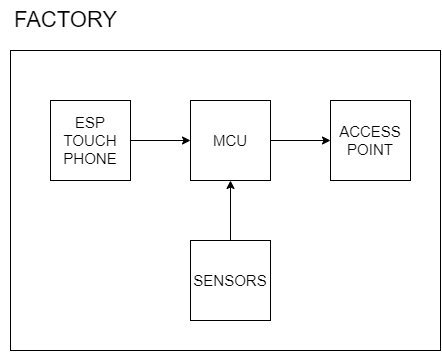
This is Diagrams/Factory Diagram.drawio.png from MiguelRocha2001/PS-Monitor-IoT-System, a draw.io export, as it was before one commit. Source tidied: cells renumbered, new cells last; positions are measured from the earlier drawing's top-left corner, leaving out a move shared by most shapes.
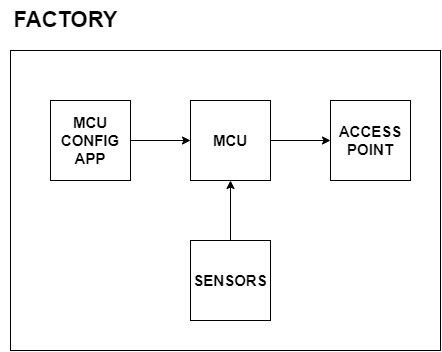
The same diagram one commit later.

What changed in the source:
```diff
@@ -2,31 +2,31 @@
   <root>
     <mxCell id="0" />
     <mxCell id="1" parent="0" />
-    <mxCell id="2" style="rounded=0;whiteSpace=wrap;html=1;fontStyle=0;" parent="1" vertex="1">
+    <mxCell id="2" style="rounded=0;whiteSpace=wrap;html=1;fontStyle=1;" parent="1" vertex="1">
       <mxGeometry x="10" y="50" width="430" height="300" as="geometry" />
     </mxCell>
-    <mxCell id="3" style="edgeStyle=orthogonalEdgeStyle;rounded=0;jettySize=auto;html=1;fontStyle=0;" parent="1" edge="1" source="8" target="6">
+    <mxCell id="3" style="edgeStyle=orthogonalEdgeStyle;rounded=0;jettySize=auto;html=1;fontStyle=1;" parent="1" edge="1" source="8" target="6">
       <mxGeometry relative="1" as="geometry" />
     </mxCell>
-    <mxCell id="4" style="edgeStyle=orthogonalEdgeStyle;rounded=0;jettySize=auto;html=1;fontStyle=0;" parent="1" edge="1" source="5" target="8">
+    <mxCell id="4" style="edgeStyle=orthogonalEdgeStyle;rounded=0;jettySize=auto;html=1;fontStyle=1;" parent="1" edge="1" source="5" target="8">
       <mxGeometry relative="1" as="geometry" />
     </mxCell>
-    <mxCell id="5" value="ESP TOUCH PHONE" style="whiteSpace=wrap;html=1;fontStyle=0;fontSize=15;" parent="1" vertex="1">
+    <mxCell id="5" value="MCU&lt;br&gt;CONFIG&lt;br&gt;APP" style="whiteSpace=wrap;html=1;fontStyle=1;fontSize=15;" parent="1" vertex="1">
       <mxGeometry x="50" y="100" width="80" height="80" as="geometry" />
     </mxCell>
-    <mxCell id="6" value="ACCESS POINT" style="whiteSpace=wrap;html=1;fontStyle=0;fontSize=15;" parent="1" vertex="1">
+    <mxCell id="6" value="ACCESS POINT" style="whiteSpace=wrap;html=1;fontStyle=1;fontSize=15;" parent="1" vertex="1">
       <mxGeometry x="330" y="100" width="80" height="80" as="geometry" />
     </mxCell>
-    <mxCell id="7" value="FACTORY" style="text;html=1;align=center;verticalAlign=middle;strokeColor=none;fillColor=none;fontStyle=0;fontSize=22;" parent="1" vertex="1">
+    <mxCell id="7" value="FACTORY" style="text;html=1;align=center;verticalAlign=middle;strokeColor=none;fillColor=none;fontStyle=1;fontSize=22;" parent="1" vertex="1">
       <mxGeometry width="130" height="40" as="geometry" />
     </mxCell>
-    <mxCell id="8" value="MCU" style="whiteSpace=wrap;html=1;fontSize=15;fontStyle=0;" parent="1" vertex="1">
+    <mxCell id="8" value="MCU" style="whiteSpace=wrap;html=1;fontSize=15;fontStyle=1;" parent="1" vertex="1">
       <mxGeometry x="190" y="100" width="80" height="80" as="geometry" />
     </mxCell>
-    <mxCell id="9" value="SENSORS" style="whiteSpace=wrap;html=1;fontSize=15;fontStyle=0;" parent="1" vertex="1">
+    <mxCell id="9" value="SENSORS" style="whiteSpace=wrap;html=1;fontSize=15;fontStyle=1;" parent="1" vertex="1">
       <mxGeometry x="190" y="240" width="80" height="80" as="geometry" />
     </mxCell>
-    <mxCell id="10" style="edgeStyle=orthogonalEdgeStyle;rounded=0;jettySize=auto;html=1;fontStyle=0;" parent="1" edge="1" source="9" target="8">
+    <mxCell id="10" style="edgeStyle=orthogonalEdgeStyle;rounded=0;jettySize=auto;html=1;fontStyle=1;" parent="1" edge="1" source="9" target="8">
       <mxGeometry relative="1" as="geometry" />
     </mxCell>
   </root>
```
